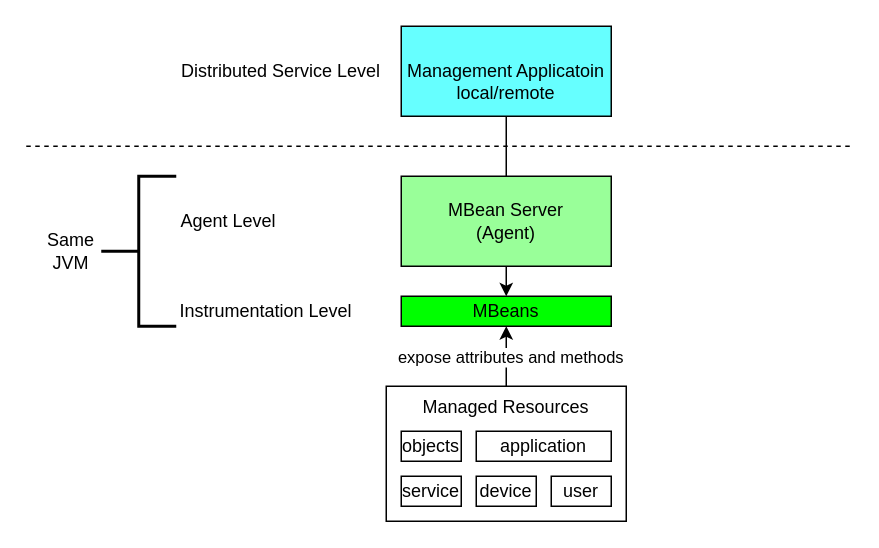
Before: tomcat-4/JMX.drawio in ordinarylq/personal-drawer, a draw.io diagram. Source tidied: cells renumbered, new cells numbered last; positions are measured from the earlier drawing's top-left corner, leaving out a move shared by most shapes. Both pictures are drawn from the tidied source at 150%, with x=0, y=0 at pixel (26, 26).
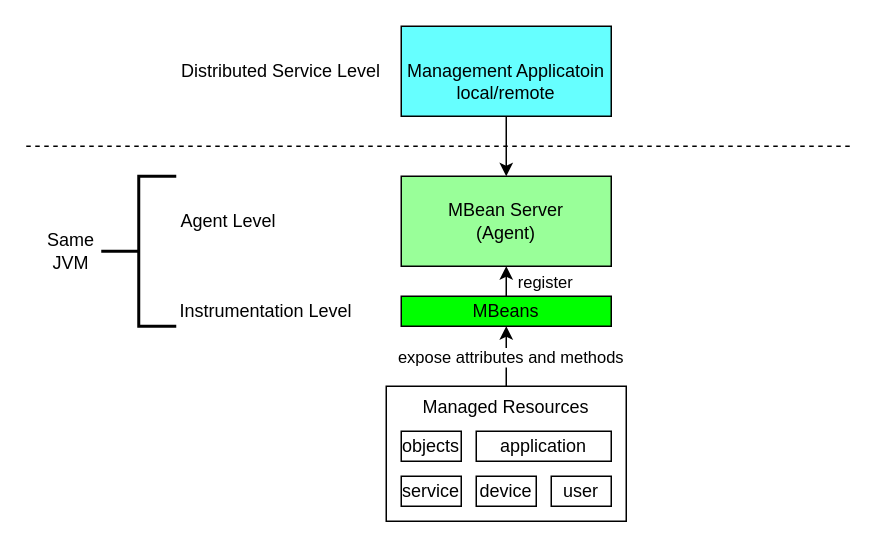
Above is the later version.

The change refers to these unchanged cells:
```xml
<mxCell id="6" value="MBeans" style="rounded=0;whiteSpace=wrap;html=1;fillColor=#00FF00;" parent="1" vertex="1">
  <mxGeometry x="250" y="180" width="140" height="20" as="geometry" />
</mxCell>
<mxCell id="7" value="MBean Server&lt;br&gt;(Agent)" style="rounded=0;whiteSpace=wrap;html=1;fillColor=#99FF99;" parent="1" vertex="1">
  <mxGeometry x="250" y="100" width="140" height="60" as="geometry" />
</mxCell>
<mxCell id="13" value="Management Applicatoin" style="rounded=0;whiteSpace=wrap;html=1;fillColor=#66FFFF;" parent="1" vertex="1">
  <mxGeometry x="250" width="140" height="60" as="geometry" />
</mxCell>
```

The edit, as a diff of the source:
```diff
@@
-    <mxCell id="2" style="edgeStyle=orthogonalEdgeStyle;rounded=0;jettySize=auto;html=1;exitX=0.5;exitY=1;exitDx=0;exitDy=0;" parent="1" edge="1" source="13" target="6">
+    <mxCell id="2" style="edgeStyle=orthogonalEdgeStyle;rounded=0;jettySize=auto;html=1;exitX=0.5;exitY=1;exitDx=0;exitDy=0;entryX=0.5;entryY=0;entryDx=0;entryDy=0;" parent="1" edge="1" source="13" target="7">
       <mxGeometry relative="1" as="geometry" />
     </mxCell>
@@
+    <mxCell id="21" style="edgeStyle=orthogonalEdgeStyle;rounded=0;jettySize=auto;html=1;exitX=0.5;exitY=0;exitDx=0;exitDy=0;entryX=0.5;entryY=1;entryDx=0;entryDy=0;" parent="1" edge="1" source="6" target="7">
+      <mxGeometry relative="1" as="geometry" />
+    </mxCell>
+    <mxCell id="22" value="register" style="edgeLabel;html=1;align=center;verticalAlign=middle;" parent="21" vertex="1">
+      <mxGeometry x="0.23" y="2" relative="1" as="geometry">
+        <mxPoint x="27" y="2" as="offset" />
+      </mxGeometry>
+    </mxCell>
```
